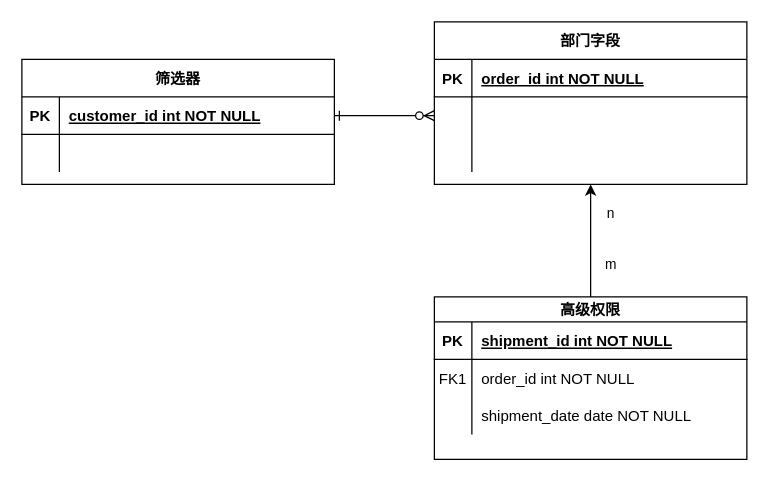
This is drawio/部门字段.drawio from little-thing/architecture-design, a draw.io file, before an edit. Source tidied: cells renumbered, new cells numbered last; positions are measured from the earlier drawing's top-left corner, leaving out a move shared by most shapes. Both pictures are drawn from the tidied source at 125%, with x=0, y=0 at pixel (21, 21).
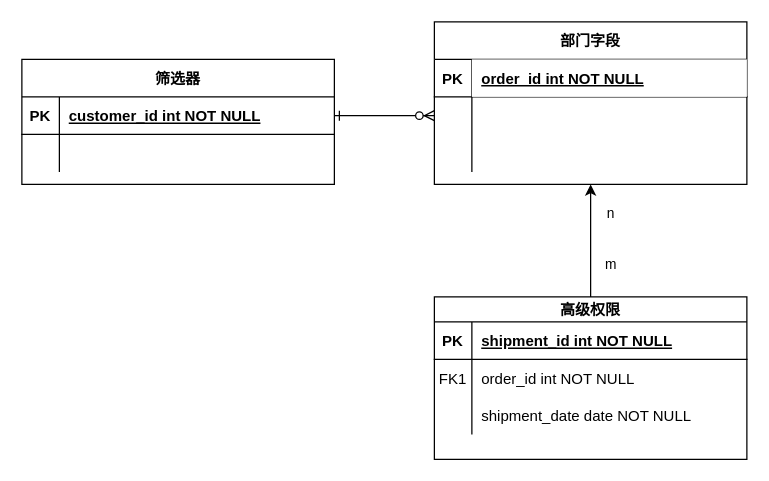
The same diagram, later.

The change refers to these unchanged cells:
```xml
<mxCell id="4" style="shape=partialRectangle;fillColor=none;top=0;left=0;right=0;bottom=1;" parent="3" vertex="1">
  <mxGeometry y="30" width="250" height="30" as="geometry" />
</mxCell>
```

Diff of the diagram source:
```diff
@@
-    <mxCell id="6" value="order_id int NOT NULL " style="shape=partialRectangle;overflow=hidden;fillColor=none;top=0;left=0;bottom=0;right=0;align=left;spacingLeft=6;fontStyle=5;" parent="4" vertex="1">
+    <mxCell id="6" value="order_id int NOT NULL " style="shape=partialRectangle;overflow=hidden;top=0;left=0;bottom=0;right=0;align=left;spacingLeft=6;fontStyle=5;" parent="4" vertex="1">
       <mxGeometry x="30" width="220" height="30" as="geometry" />
     </mxCell>
```
